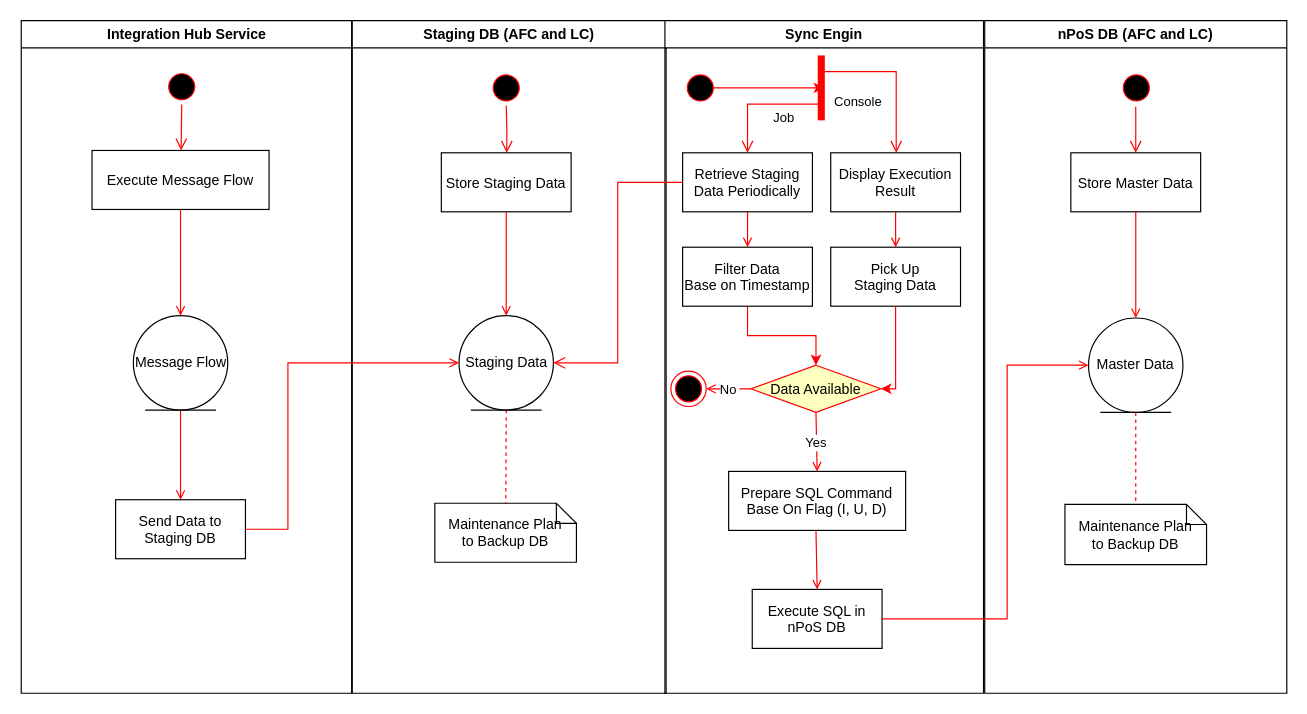
Above: Untitled Diagram.drawio in WALL-E-VA/WALL-E-VA (draw.io), before the change. Source tidied: cells renumbered, new cells numbered last; positions are measured from the earlier drawing's top-left corner, leaving out a move shared by most shapes. Both pictures are drawn from the tidied source at 118%, with x=0, y=0 at pixel (20, 20).
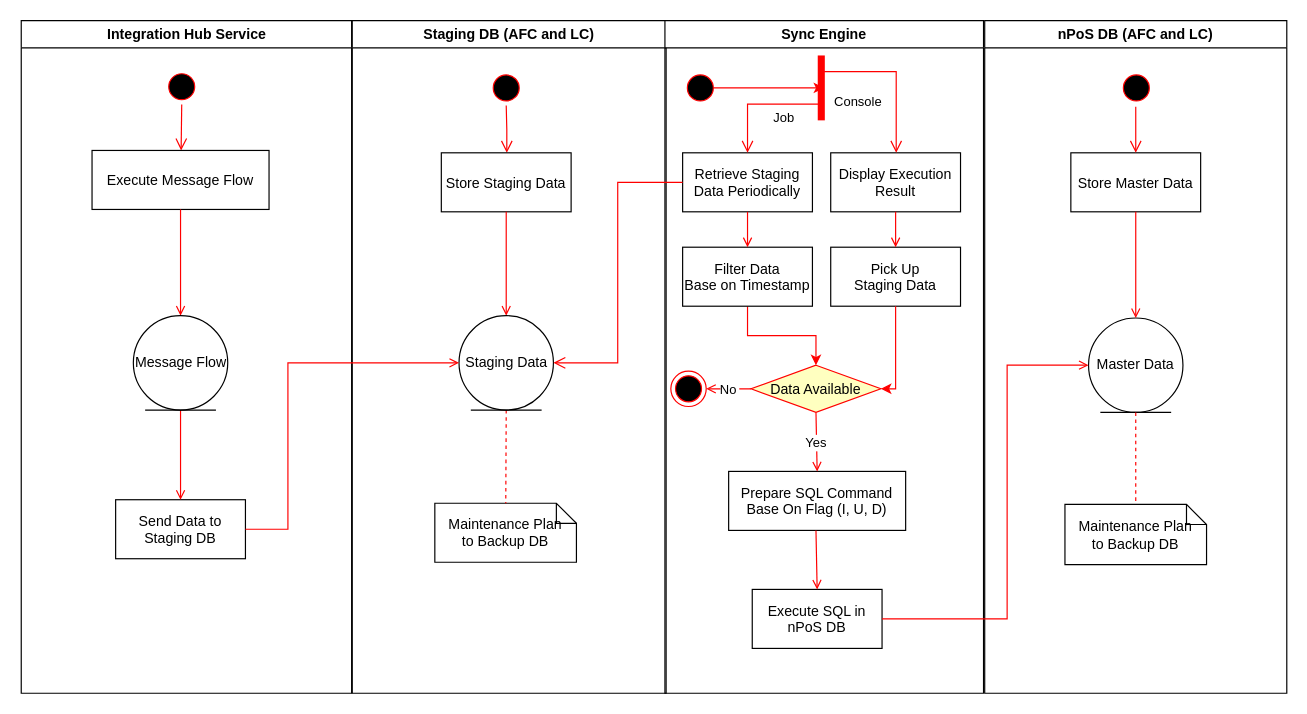
Above is the later version.

Diff of the diagram source:
```diff
@@
-    <mxCell id="18" value="Sync Engin" style="swimlane;whiteSpace=wrap;" parent="1" vertex="1">
+    <mxCell id="18" value="Sync Engine" style="swimlane;whiteSpace=wrap;" parent="1" vertex="1">
       <mxGeometry x="546" width="270" height="570" as="geometry" />
     </mxCell>
```
